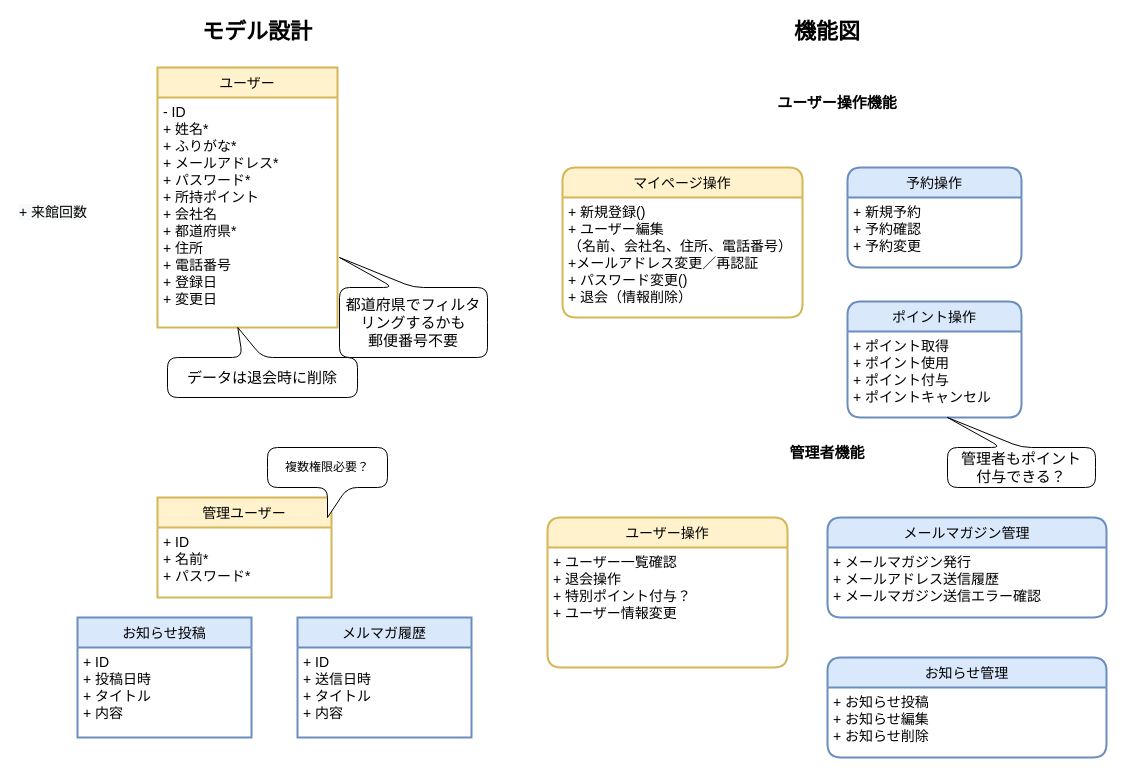
en-gine/heiwadai_server keeps this draw.io diagram as document/2.モデル機能図.dio. Above is the earlier version. Source tidied: cells renumbered, new cells numbered last; positions are measured from the earlier drawing's top-left corner, leaving out a move shared by most shapes. Both pictures are drawn from the tidied source at 100%, with x=0, y=0 at pixel (17, 17).
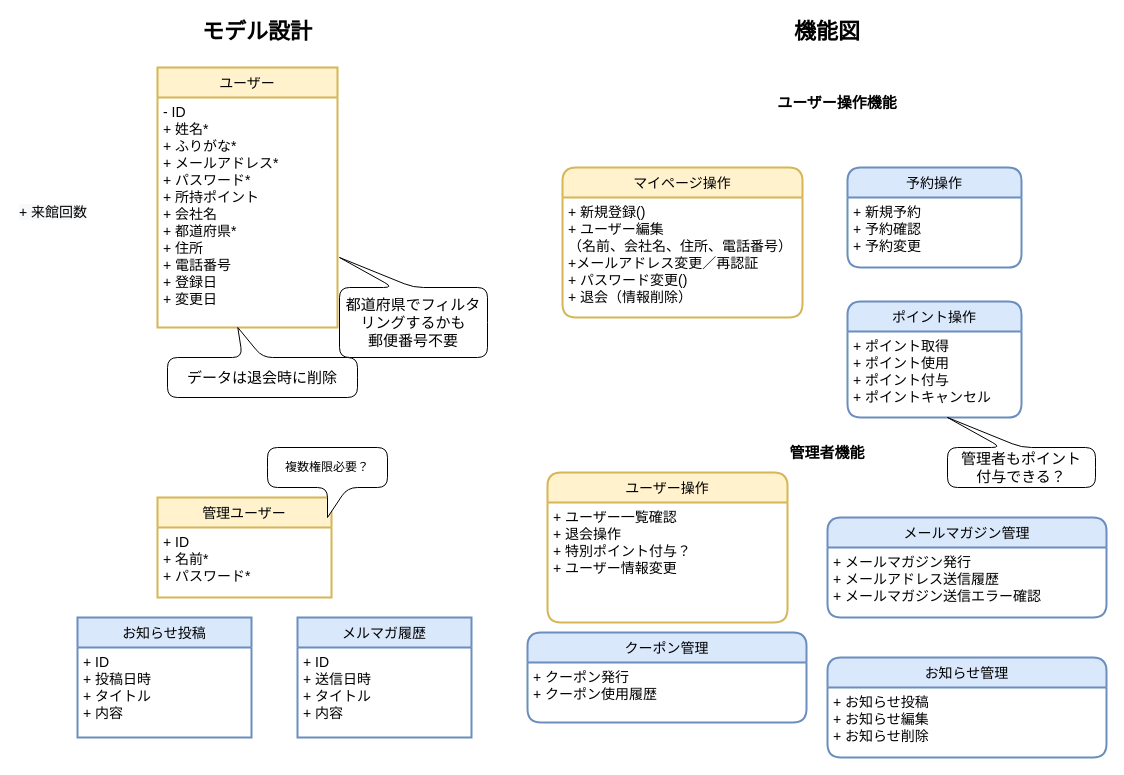
Above is the later version.

The edit, as a diff of the source:
```diff
@@
     <mxCell id="8" value="ユーザー操作" style="swimlane;horizontal=1;startSize=30;rounded=1;fontSize=14;fontStyle=0;strokeWidth=2;shadow=0;dashed=0;align=center;swimlaneLine=1;fillColor=#fff2cc;strokeColor=#d6b656;" parent="1" vertex="1">
-      <mxGeometry x="530" y="500" width="240" height="150" as="geometry" />
+      <mxGeometry x="530" y="455" width="240" height="150" as="geometry" />
     </mxCell>
@@
+    <mxCell id="31" value="クーポン管理" style="swimlane;horizontal=1;startSize=30;rounded=1;fontSize=14;fontStyle=0;strokeWidth=2;shadow=0;dashed=0;align=center;fillColor=#dae8fc;strokeColor=#6c8ebf;" parent="1" vertex="1">
+      <mxGeometry x="510" y="615" width="279" height="90" as="geometry" />
+    </mxCell>
+    <mxCell id="32" value="+ クーポン発行&#10;+ クーポン使用履歴" style="align=left;strokeColor=none;fillColor=none;spacingLeft=4;fontSize=14;verticalAlign=top;" parent="31" vertex="1">
+      <mxGeometry y="30" width="279" height="60" as="geometry" />
+    </mxCell>
```
